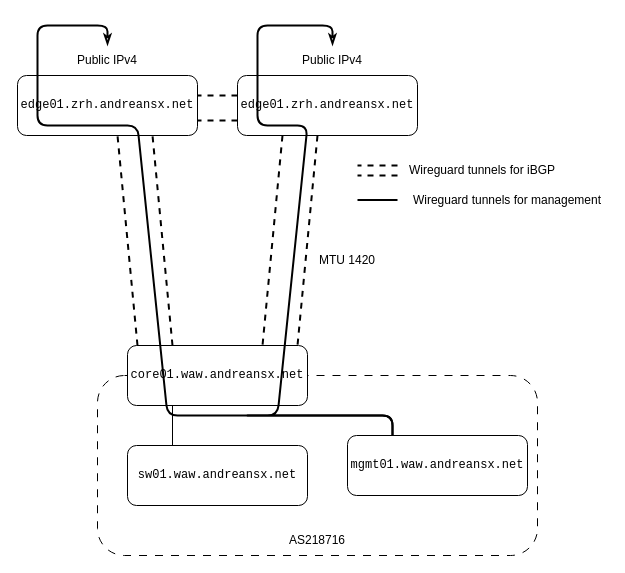
Earlier version of the draw.io diagram projects/33-management-vrf-wg-issue/33-1.drawio (Andreansx/AS218716-Networking-lab). Source tidied: cells renumbered, new cells numbered last; positions are measured from the earlier drawing's top-left corner, leaving out a move shared by most shapes. Both pictures are drawn from the tidied source at 100%, with x=0, y=0 at pixel (17, 25).
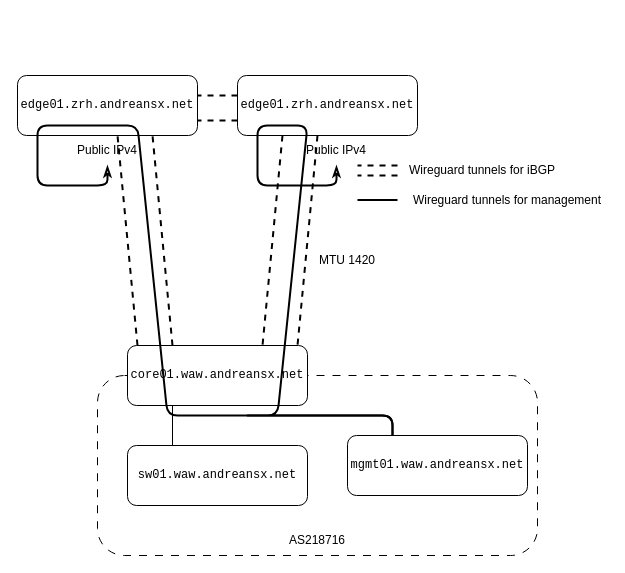
Above is the later version.

The change refers to these unchanged cells:
```xml
<mxCell id="9" value="&lt;pre&gt;mgmt01.waw.andreansx.net&lt;/pre&gt;" style="rounded=1;whiteSpace=wrap;html=1;roundedPerimeter=1;" parent="1" vertex="1">
  <mxGeometry x="330" y="410" width="180" height="60" as="geometry" />
</mxCell>
```

What changed in the source:
```diff
@@
     <mxCell id="11" value="Public IPv4" style="text;html=1;whiteSpace=wrap;strokeColor=none;fillColor=none;align=center;verticalAlign=middle;rounded=0;" parent="1" vertex="1">
-      <mxGeometry x="55" y="20" width="70" height="30" as="geometry" />
+      <mxGeometry x="55" y="110" width="70" height="30" as="geometry" />
     </mxCell>
     <mxCell id="12" value="Public IPv4" style="text;html=1;whiteSpace=wrap;strokeColor=none;fillColor=none;align=center;verticalAlign=middle;rounded=0;" parent="1" vertex="1">
-      <mxGeometry x="280" y="20" width="70" height="30" as="geometry" />
+      <mxGeometry x="284" y="110" width="70" height="30" as="geometry" />
     </mxCell>
-    <mxCell id="13" style="endArrow=classicThin;html=1;rounded=1;defaultLabelBackgroundColor=page;exitX=0.25;exitY=0;exitDx=0;exitDy=0;entryX=0.5;entryY=0;entryDx=0;entryDy=0;endFill=0;strokeWidth=2;curved=0;strokeColor=light-dark(#000000,#FF0080);" parent="1" edge="1" source="9" target="11">
-      <mxGeometry x="-0.18" relative="1" as="geometry">
+    <mxCell id="13" style="endArrow=classicThin;html=1;rounded=1;defaultLabelBackgroundColor=page;exitX=0.25;exitY=0;exitDx=0;exitDy=0;entryX=0.5;entryY=1;entryDx=0;entryDy=0;endFill=0;strokeWidth=2;curved=0;strokeColor=light-dark(#000000,#FF0080);" parent="1" edge="1" source="9" target="11">
+      <mxGeometry x="-0.05" relative="1" as="geometry">
         <Array as="points">
           <mxPoint x="375" y="390" />
           <mxPoint x="225" y="390" />
           <mxPoint x="150" y="390" />
           <mxPoint x="120" y="100" />
           <mxPoint x="20" y="100" />
-          <mxPoint x="20" />
-          <mxPoint x="90" />
+          <mxPoint x="20" y="160" />
+          <mxPoint x="90" y="160" />
         </Array>
       </mxGeometry>
     </mxCell>
-    <mxCell id="14" style="endArrow=classicThin;html=1;rounded=1;defaultLabelBackgroundColor=page;exitX=0.25;exitY=0;exitDx=0;exitDy=0;entryX=0.5;entryY=0;entryDx=0;entryDy=0;strokeColor=light-dark(#000000,#FF0080);strokeWidth=2;endFill=0;curved=0;" parent="1" edge="1" source="9" target="12">
-      <mxGeometry x="-0.09" relative="1" as="geometry">
+    <mxCell id="14" style="endArrow=classicThin;html=1;rounded=1;defaultLabelBackgroundColor=page;exitX=0.25;exitY=0;exitDx=0;exitDy=0;entryX=0.5;entryY=1;entryDx=0;entryDy=0;strokeColor=light-dark(#000000,#FF0080);strokeWidth=2;endFill=0;curved=0;" parent="1" edge="1" source="9" target="12">
+      <mxGeometry x="0.07" relative="1" as="geometry">
         <Array as="points">
           <mxPoint x="375" y="390" />
           <mxPoint x="225" y="390" />
           <mxPoint x="260" y="390" />
           <mxPoint x="290" y="100" />
           <mxPoint x="240" y="100" />
-          <mxPoint x="240" />
-          <mxPoint x="315" />
+          <mxPoint x="240" y="160" />
+          <mxPoint x="319" y="160" />
         </Array>
       </mxGeometry>
     </mxCell>
```
